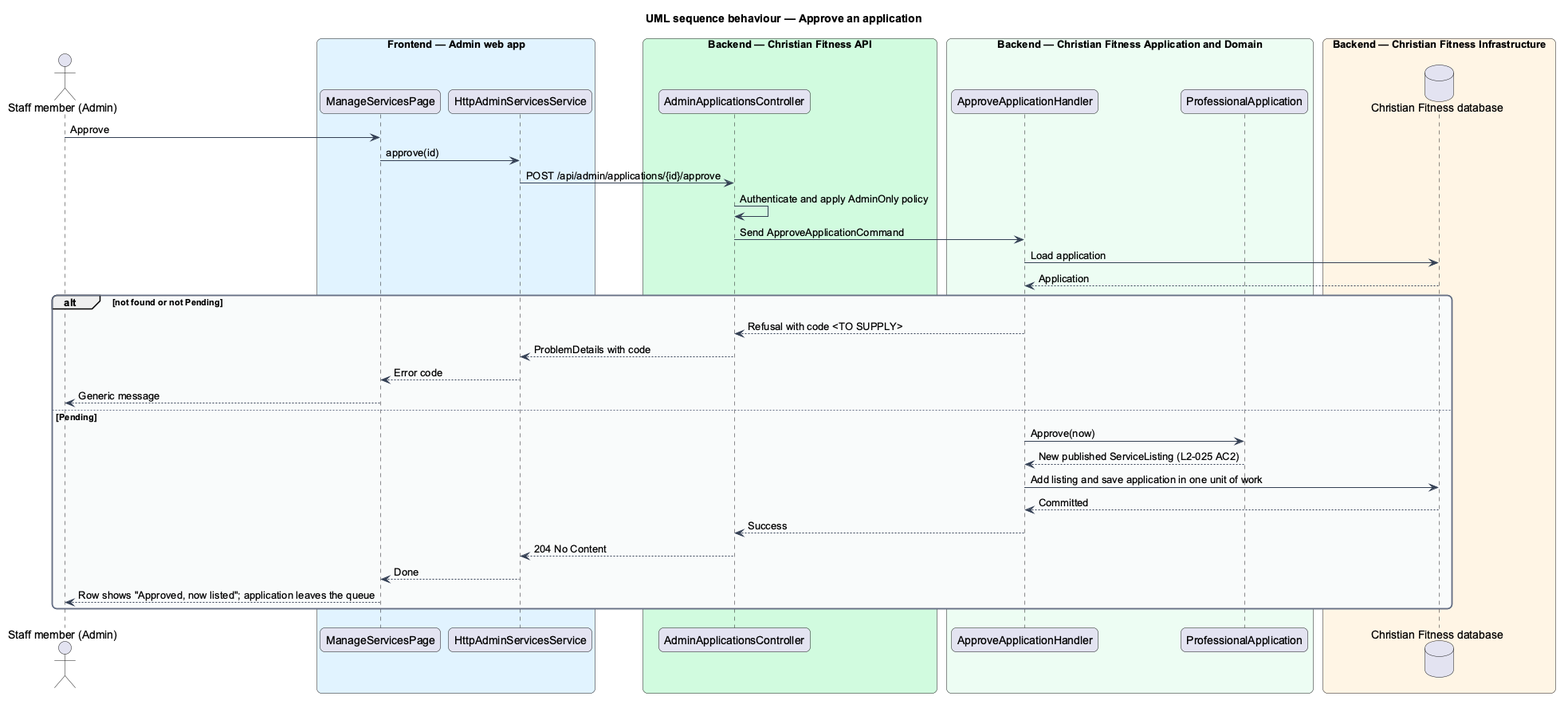
This is docs/detailed-designs/admin-services/review-applications/diagrams/sequence-approve.png from QuinntyneBrown/christian-fitness, a PlantUML export, as it was before one commit.
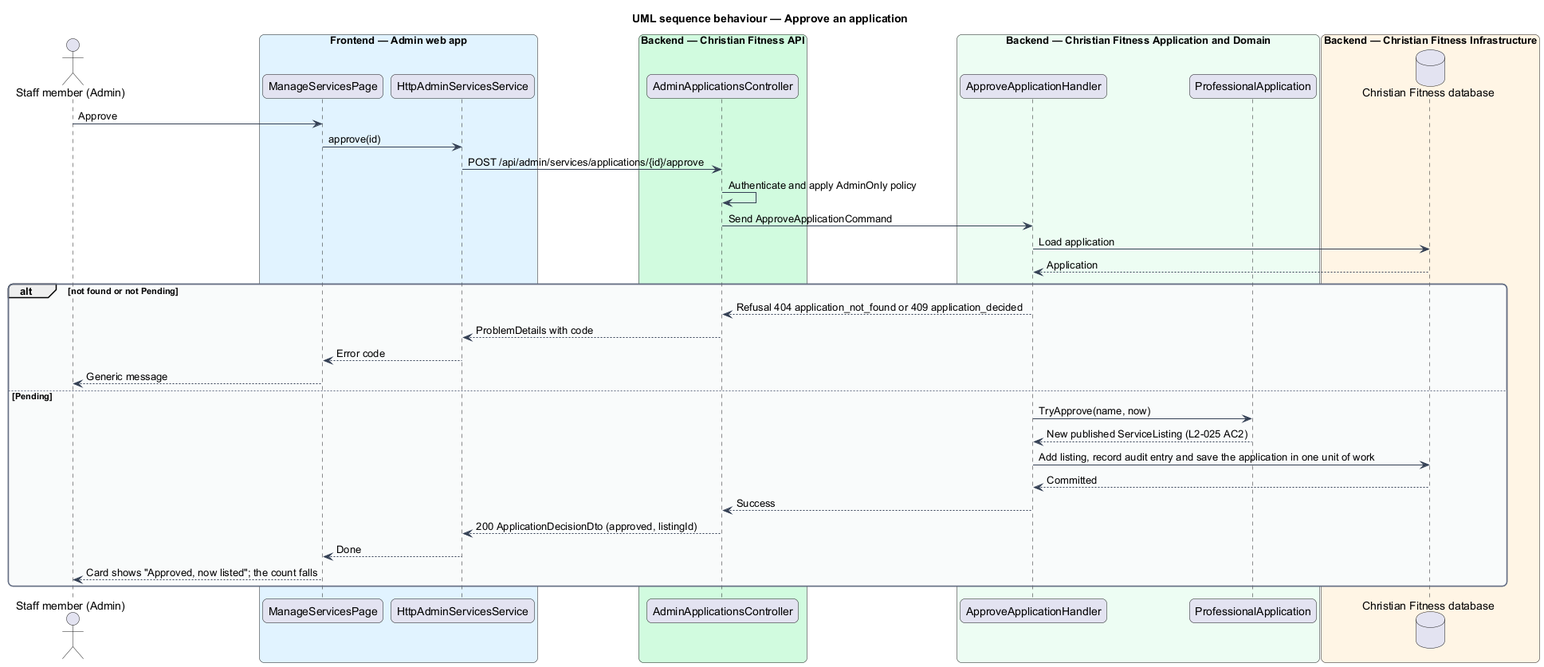
Above is the later version.

What changed in the source:
```diff
@@ -31,24 +31,24 @@
 end box
 actor -> page : Approve
 page -> client : approve(id)
-client -> ctrl : POST /api/admin/applications/{id}/approve
+client -> ctrl : POST /api/admin/services/applications/{id}/approve
 ctrl -> ctrl : Authenticate and apply AdminOnly policy
 ctrl -> h : Send ApproveApplicationCommand
 h -> db : Load application
 db --> h : Application
 alt not found or not Pending
-  h --> ctrl : Refusal with code <TO SUPPLY>
+  h --> ctrl : Refusal 404 application_not_found or 409 application_decided
   ctrl --> client : ProblemDetails with code
   client --> page : Error code
   page --> actor : Generic message
 else Pending
-  h -> ent : Approve(now)
+  h -> ent : TryApprove(name, now)
   ent --> h : New published ServiceListing (L2-025 AC2)
-  h -> db : Add listing and save application in one unit of work
+  h -> db : Add listing, record audit entry and save the application in one unit of work
   db --> h : Committed
   h --> ctrl : Success
-  ctrl --> client : 204 No Content
+  ctrl --> client : 200 ApplicationDecisionDto (approved, listingId)
   client --> page : Done
-  page --> actor : Row shows "Approved, now listed"; application leaves the queue
+  page --> actor : Card shows "Approved, now listed"; the count falls
 end
 @enduml
```
